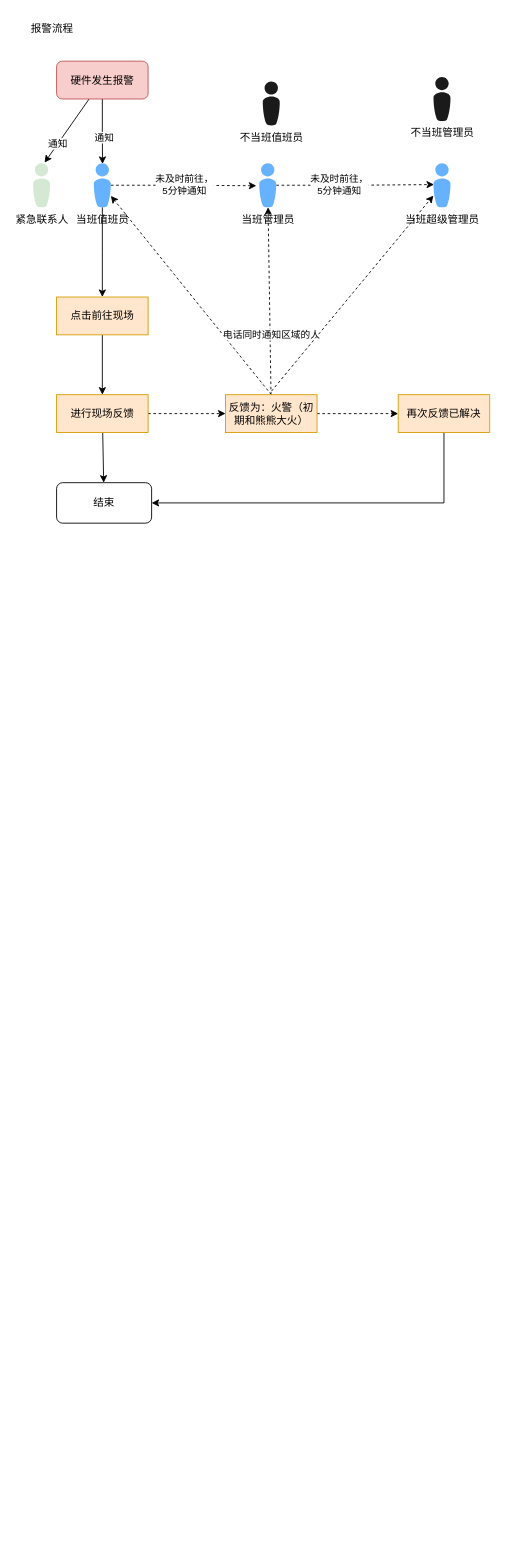
Above: Untitled Diagram.drawio in WantWeag/Wantweag.github.io (draw.io), before the change. Source tidied: cells renumbered, new cells numbered last; positions are measured from the earlier drawing's top-left corner, leaving out a move shared by most shapes. Both pictures are drawn from the tidied source at 88%, with x=0, y=0 at pixel (26, 15).
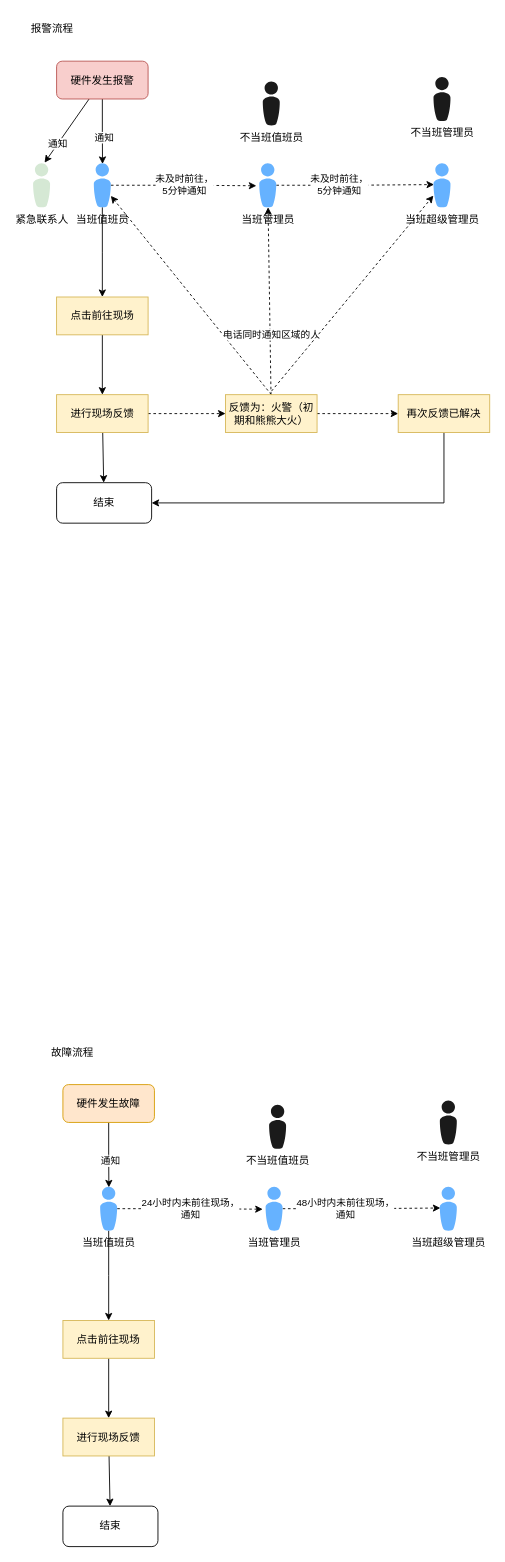
Above is the later version.

Change to the diagram source:
```diff
@@
-    <mxCell id="18" value="点击前往现场" style="rounded=0;whiteSpace=wrap;html=1;fillColor=#ffe6cc;strokeColor=#d79b00;" parent="1" vertex="1">
+    <mxCell id="18" value="点击前往现场" style="rounded=0;whiteSpace=wrap;html=1;fillColor=#fff2cc;strokeColor=#d6b656;" parent="1" vertex="1">
       <mxGeometry x="34.8" y="320" width="104" height="43" as="geometry" />
     </mxCell>
@@
-    <mxCell id="21" value="进行现场反馈" style="rounded=0;whiteSpace=wrap;html=1;fillColor=#ffe6cc;strokeColor=#d79b00;" parent="1" vertex="1">
+    <mxCell id="21" value="进行现场反馈" style="rounded=0;whiteSpace=wrap;html=1;fillColor=#fff2cc;strokeColor=#d6b656;" parent="1" vertex="1">
       <mxGeometry x="34.8" y="431" width="104" height="43" as="geometry" />
     </mxCell>
@@
-    <mxCell id="27" value="反馈为：火警（初期和熊熊大火）" style="rounded=0;whiteSpace=wrap;html=1;fillColor=#ffe6cc;strokeColor=#d79b00;" parent="1" vertex="1">
+    <mxCell id="27" value="反馈为：火警（初期和熊熊大火）" style="rounded=0;whiteSpace=wrap;html=1;fillColor=#fff2cc;strokeColor=#d6b656;" parent="1" vertex="1">
       <mxGeometry x="226.8" y="431" width="104" height="43" as="geometry" />
     </mxCell>
@@
-    <mxCell id="29" value="再次反馈已解决" style="rounded=0;whiteSpace=wrap;html=1;fillColor=#ffe6cc;strokeColor=#d79b00;" parent="1" vertex="1">
+    <mxCell id="29" value="再次反馈已解决" style="rounded=0;whiteSpace=wrap;html=1;fillColor=#fff2cc;strokeColor=#d6b656;" parent="1" vertex="1">
       <mxGeometry x="423" y="431" width="104" height="43" as="geometry" />
     </mxCell>
@@
+    <mxCell id="32" value="故障流程" style="text;html=1;strokeColor=none;fillColor=none;align=center;verticalAlign=middle;whiteSpace=wrap;rounded=0;" parent="1" vertex="1">
+      <mxGeometry x="23" y="1164" width="60" height="30" as="geometry" />
+    </mxCell>
+    <mxCell id="33" style="edgeStyle=orthogonalEdgeStyle;rounded=0;jettySize=auto;html=1;entryX=0.513;entryY=0.016;entryDx=0;entryDy=0;entryPerimeter=0;" parent="1" edge="1" source="35" target="38">
+      <mxGeometry relative="1" as="geometry" />
+    </mxCell>
+    <mxCell id="34" value="通知" style="edgeLabel;html=1;align=center;verticalAlign=middle;" parent="33" vertex="1">
+      <mxGeometry x="0.18" y="1" relative="1" as="geometry" />
+    </mxCell>
+    <mxCell id="35" value="硬件发生故障" style="rounded=1;whiteSpace=wrap;html=1;fillColor=#ffe6cc;strokeColor=#d79b00;" parent="1" vertex="1">
+      <mxGeometry x="42" y="1215" width="104" height="43" as="geometry" />
+    </mxCell>
+    <mxCell id="36" value="24小时内未前往现场，&lt;br&gt;通知" style="edgeStyle=orthogonalEdgeStyle;rounded=0;jettySize=auto;html=1;entryX=-0.163;entryY=0.512;entryDx=0;entryDy=0;entryPerimeter=0;dashed=1;" parent="1" edge="1" source="38" target="41">
+      <mxGeometry relative="1" as="geometry" />
+    </mxCell>
+    <mxCell id="37" style="edgeStyle=orthogonalEdgeStyle;rounded=0;jettySize=auto;html=1;entryX=0.5;entryY=0;entryDx=0;entryDy=0;" parent="1" edge="1" source="38" target="46">
+      <mxGeometry relative="1" as="geometry" />
+    </mxCell>
+    <mxCell id="38" value="当班值班员" style="verticalLabelPosition=bottom;sketch=0;html=1;fillColor=#66B2FF;strokeColor=none;verticalAlign=top;align=center;shape=mxgraph.cisco_safe.people_places_things_icons.icon8;" parent="1" vertex="1">
+      <mxGeometry x="84.2" y="1331" width="19.5" height="50" as="geometry" />
+    </mxCell>
+    <mxCell id="39" style="edgeStyle=orthogonalEdgeStyle;rounded=0;jettySize=auto;html=1;entryX=0.037;entryY=0.485;entryDx=0;entryDy=0;entryPerimeter=0;dashed=1;" parent="1" edge="1" source="41" target="42">
+      <mxGeometry relative="1" as="geometry" />
+    </mxCell>
+    <mxCell id="40" value="48小时内未前往现场，&lt;br&gt;通知" style="edgeLabel;html=1;align=center;verticalAlign=middle;" parent="39" vertex="1">
+      <mxGeometry x="-0.21" y="1" relative="1" as="geometry" />
+    </mxCell>
+    <mxCell id="41" value="当班管理员" style="verticalLabelPosition=bottom;sketch=0;html=1;fillColor=#66B2FF;strokeColor=none;verticalAlign=top;align=center;shape=mxgraph.cisco_safe.people_places_things_icons.icon8;" parent="1" vertex="1">
+      <mxGeometry x="272.2" y="1331" width="19.5" height="50" as="geometry" />
+    </mxCell>
+    <mxCell id="42" value="当班超级管理员" style="verticalLabelPosition=bottom;sketch=0;html=1;fillColor=#66B2FF;strokeColor=none;verticalAlign=top;align=center;shape=mxgraph.cisco_safe.people_places_things_icons.icon8;" parent="1" vertex="1">
+      <mxGeometry x="470.2" y="1331" width="19.5" height="50" as="geometry" />
+    </mxCell>
+    <mxCell id="43" value="不当班值班员" style="verticalLabelPosition=bottom;sketch=0;html=1;fillColor=#1A1A1A;strokeColor=none;verticalAlign=top;align=center;shape=mxgraph.cisco_safe.people_places_things_icons.icon8;" parent="1" vertex="1">
+      <mxGeometry x="276.2" y="1238" width="19.5" height="50" as="geometry" />
+    </mxCell>
+    <mxCell id="44" value="不当班管理员" style="verticalLabelPosition=bottom;sketch=0;html=1;fillColor=#1A1A1A;strokeColor=none;verticalAlign=top;align=center;shape=mxgraph.cisco_safe.people_places_things_icons.icon8;" parent="1" vertex="1">
+      <mxGeometry x="470.2" y="1233" width="19.5" height="50" as="geometry" />
+    </mxCell>
+    <mxCell id="45" style="edgeStyle=orthogonalEdgeStyle;rounded=0;jettySize=auto;html=1;entryX=0.5;entryY=0;entryDx=0;entryDy=0;" parent="1" edge="1" source="46" target="48">
+      <mxGeometry relative="1" as="geometry" />
+    </mxCell>
+    <mxCell id="46" value="点击前往现场" style="rounded=0;whiteSpace=wrap;html=1;fillColor=#fff2cc;strokeColor=#d6b656;" parent="1" vertex="1">
+      <mxGeometry x="42" y="1483" width="104" height="43" as="geometry" />
+    </mxCell>
+    <mxCell id="47" style="edgeStyle=none;rounded=0;jettySize=auto;html=1;" parent="1" edge="1" source="48" target="49">
+      <mxGeometry relative="1" as="geometry" />
+    </mxCell>
+    <mxCell id="48" value="进行现场反馈" style="rounded=0;whiteSpace=wrap;html=1;fillColor=#fff2cc;strokeColor=#d6b656;" parent="1" vertex="1">
+      <mxGeometry x="42" y="1594" width="104" height="43" as="geometry" />
+    </mxCell>
+    <mxCell id="49" value="结束" style="rounded=1;whiteSpace=wrap;html=1;shadow=0;align=center;" parent="1" vertex="1">
+      <mxGeometry x="42" y="1694" width="108" height="46" as="geometry" />
+    </mxCell>
```
